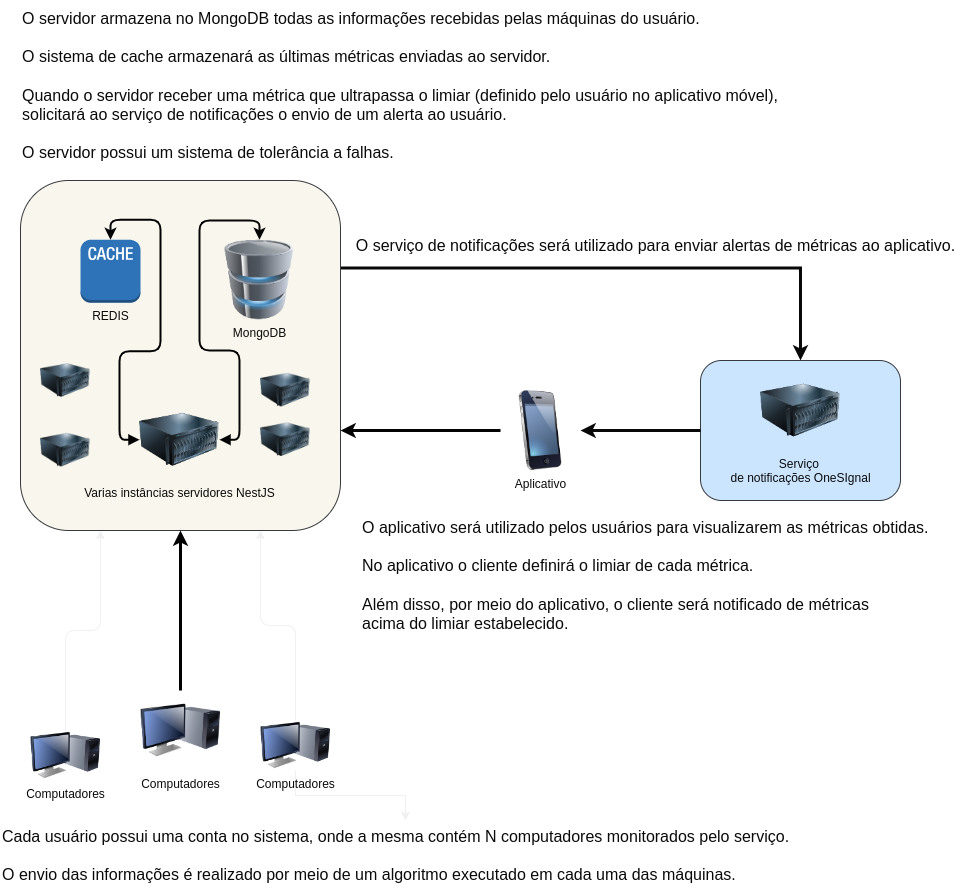
jhonatancunha/hwhealth keeps this draw.io diagram as arq.png. Above is the earlier version. Source tidied: cells renumbered, new cells last; positions are measured from the earlier drawing's top-left corner, leaving out a move shared by most shapes.
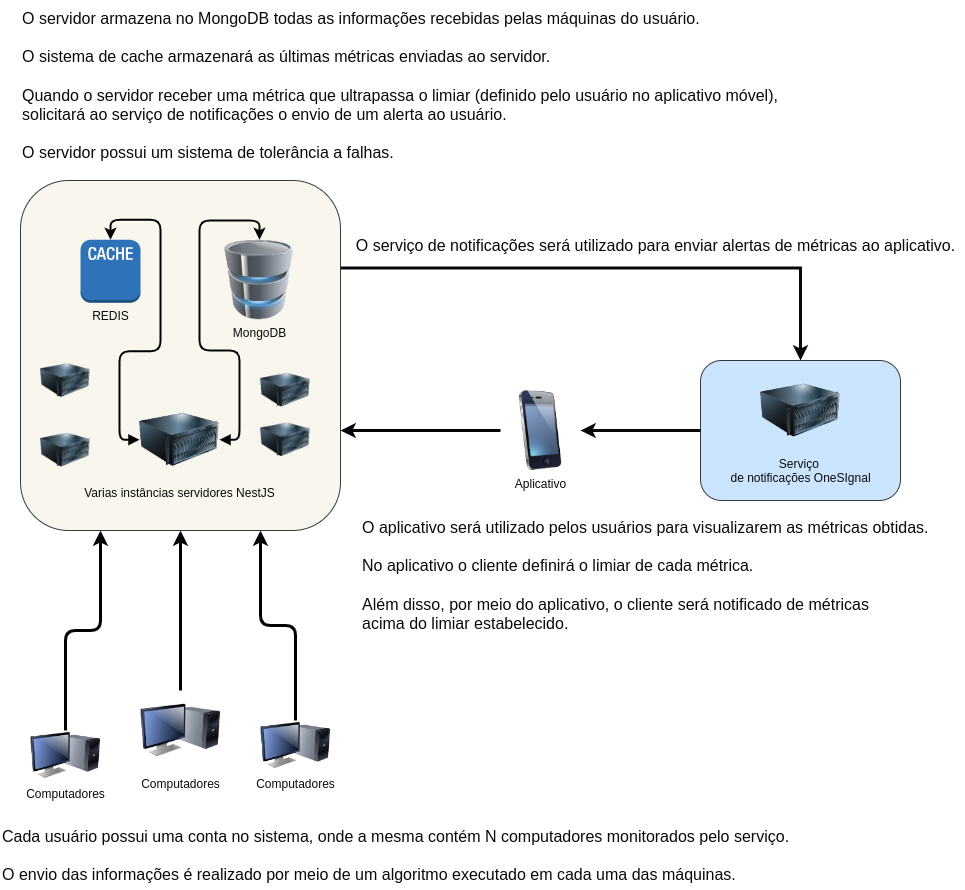
Later version of the same file.

Commit message:
docs: alterando imagem arquitetura

What changed in the source:
```diff
@@ -74,16 +74,13 @@
         </Array>
       </mxGeometry>
     </mxCell>
-    <mxCell id="18" style="edgeStyle=orthogonalEdgeStyle;rounded=1;jettySize=auto;html=1;exitX=0.5;exitY=0;exitDx=0;exitDy=0;entryX=0.75;entryY=1;entryDx=0;entryDy=0;fontColor=#0A0A0A;" parent="1" edge="1" source="20" target="4">
+    <mxCell id="18" style="edgeStyle=orthogonalEdgeStyle;rounded=1;jettySize=auto;html=1;exitX=0.5;exitY=0;exitDx=0;exitDy=0;entryX=0.75;entryY=1;entryDx=0;entryDy=0;fontColor=#0A0A0A;strokeColor=#000000;strokeWidth=3;" parent="1" edge="1" source="20" target="4">
       <mxGeometry relative="1" as="geometry" />
     </mxCell>
-    <mxCell id="19" style="edgeStyle=orthogonalEdgeStyle;rounded=0;jettySize=auto;html=1;" parent="1" edge="1" source="20" target="23">
-      <mxGeometry relative="1" as="geometry" />
-    </mxCell>
     <mxCell id="20" value="Computadores" style="image;html=1;image=img/lib/clip_art/computers/Monitor_Tower_128x128.png;rounded=1;fontColor=#0A0A0A;labelBackgroundColor=none;" parent="1" vertex="1">
       <mxGeometry x="260" y="720" width="70" height="50" as="geometry" />
     </mxCell>
-    <mxCell id="21" style="edgeStyle=orthogonalEdgeStyle;rounded=1;jettySize=auto;html=1;exitX=0.5;exitY=0;exitDx=0;exitDy=0;entryX=0.25;entryY=1;entryDx=0;entryDy=0;fontColor=#0A0A0A;" parent="1" edge="1" source="22" target="4">
+    <mxCell id="21" style="edgeStyle=orthogonalEdgeStyle;rounded=1;jettySize=auto;html=1;exitX=0.5;exitY=0;exitDx=0;exitDy=0;entryX=0.25;entryY=1;entryDx=0;entryDy=0;fontColor=#0A0A0A;strokeColor=#000000;strokeWidth=3;" parent="1" edge="1" source="22" target="4">
       <mxGeometry relative="1" as="geometry" />
     </mxCell>
     <mxCell id="22" value="Computadores" style="image;html=1;image=img/lib/clip_art/computers/Monitor_Tower_128x128.png;rounded=1;fontColor=#0A0A0A;labelBackgroundColor=none;" parent="1" vertex="1">
```
